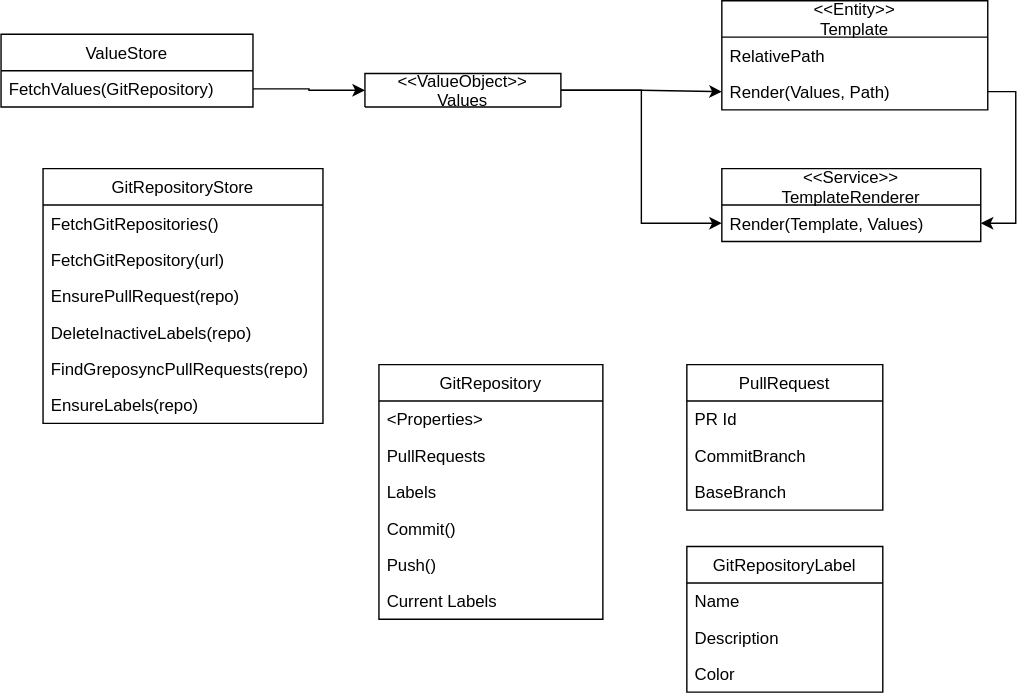
This is docs/modules/ROOT/assets/images/domainmodel.drawio.svg from ccremer/greposync, a draw.io export, as it was before one commit. Source tidied: cells renumbered, new cells last; positions are measured from the earlier drawing's top-left corner, leaving out a move shared by most shapes. Its diagram source:
```xml
<mxGraphModel>
  <root>
    <mxCell id="0" />
    <mxCell id="1" parent="0" />
    <mxCell id="2" value="GitRepository" style="swimlane;fontStyle=0;horizontal=1;startSize=26;" parent="1" vertex="1">
      <mxGeometry x="270" y="260" width="160" height="182" as="geometry" />
    </mxCell>
    <mxCell id="3" value="&lt;Properties&gt;" style="text;strokeColor=none;fillColor=none;align=left;verticalAlign=top;spacingLeft=4;spacingRight=4;overflow=hidden;" parent="2" vertex="1">
      <mxGeometry y="26" width="160" height="26" as="geometry" />
    </mxCell>
    <mxCell id="4" value="PullRequests" style="text;strokeColor=none;fillColor=none;align=left;verticalAlign=top;spacingLeft=4;spacingRight=4;overflow=hidden;" parent="2" vertex="1">
      <mxGeometry y="52" width="160" height="26" as="geometry" />
    </mxCell>
    <mxCell id="5" value="Labels" style="text;strokeColor=none;fillColor=none;align=left;verticalAlign=top;spacingLeft=4;spacingRight=4;overflow=hidden;" parent="2" vertex="1">
      <mxGeometry y="78" width="160" height="26" as="geometry" />
    </mxCell>
    <mxCell id="6" value="Commit()" style="text;strokeColor=none;fillColor=none;align=left;verticalAlign=top;spacingLeft=4;spacingRight=4;overflow=hidden;" parent="2" vertex="1">
      <mxGeometry y="104" width="160" height="26" as="geometry" />
    </mxCell>
    <mxCell id="7" value="Push()" style="text;strokeColor=none;fillColor=none;align=left;verticalAlign=top;spacingLeft=4;spacingRight=4;overflow=hidden;" parent="2" vertex="1">
      <mxGeometry y="130" width="160" height="26" as="geometry" />
    </mxCell>
    <mxCell id="8" value="Current Labels" style="text;strokeColor=none;fillColor=none;align=left;verticalAlign=top;spacingLeft=4;spacingRight=4;overflow=hidden;" parent="2" vertex="1">
      <mxGeometry y="156" width="160" height="26" as="geometry" />
    </mxCell>
    <mxCell id="9" value="&lt;&lt;Entity&gt;&gt;&#10;Template" style="swimlane;fontStyle=0;horizontal=1;startSize=26;" parent="1" vertex="1">
      <mxGeometry x="515" width="190" height="78" as="geometry" />
    </mxCell>
    <mxCell id="10" value="RelativePath" style="text;strokeColor=none;fillColor=none;align=left;verticalAlign=top;spacingLeft=4;spacingRight=4;overflow=hidden;" parent="9" vertex="1">
      <mxGeometry y="26" width="190" height="26" as="geometry" />
    </mxCell>
    <mxCell id="11" value="Render(Values, Path)" style="text;strokeColor=none;fillColor=none;align=left;verticalAlign=top;spacingLeft=4;spacingRight=4;overflow=hidden;points=[[0,0.5],[1,0.5]];portConstraint=eastwest;" parent="9" vertex="1">
      <mxGeometry y="52" width="190" height="26" as="geometry" />
    </mxCell>
    <mxCell id="12" value="GitRepositoryStore" style="swimlane;fontStyle=0;horizontal=1;startSize=26;" parent="1" vertex="1">
      <mxGeometry x="30" y="120" width="200" height="182" as="geometry" />
    </mxCell>
    <mxCell id="13" value="FetchGitRepositories()" style="text;strokeColor=none;fillColor=none;align=left;verticalAlign=top;spacingLeft=4;spacingRight=4;overflow=hidden;" parent="12" vertex="1">
      <mxGeometry y="26" width="200" height="26" as="geometry" />
    </mxCell>
    <mxCell id="14" value="FetchGitRepository(url)" style="text;strokeColor=none;fillColor=none;align=left;verticalAlign=top;spacingLeft=4;spacingRight=4;overflow=hidden;" parent="12" vertex="1">
      <mxGeometry y="52" width="200" height="26" as="geometry" />
    </mxCell>
    <mxCell id="15" value="EnsurePullRequest(repo)" style="text;strokeColor=none;fillColor=none;align=left;verticalAlign=top;spacingLeft=4;spacingRight=4;overflow=hidden;" parent="12" vertex="1">
      <mxGeometry y="78" width="200" height="26" as="geometry" />
    </mxCell>
    <mxCell id="16" value="DeleteInactiveLabels(repo)" style="text;strokeColor=none;fillColor=none;align=left;verticalAlign=top;spacingLeft=4;spacingRight=4;overflow=hidden;" parent="12" vertex="1">
      <mxGeometry y="104" width="200" height="26" as="geometry" />
    </mxCell>
    <mxCell id="17" value="FindGreposyncPullRequests(repo)" style="text;strokeColor=none;fillColor=none;align=left;verticalAlign=top;spacingLeft=4;spacingRight=4;overflow=hidden;" parent="12" vertex="1">
      <mxGeometry y="130" width="200" height="26" as="geometry" />
    </mxCell>
    <mxCell id="18" value="EnsureLabels(repo)" style="text;strokeColor=none;fillColor=none;align=left;verticalAlign=top;spacingLeft=4;spacingRight=4;overflow=hidden;" parent="12" vertex="1">
      <mxGeometry y="156" width="200" height="26" as="geometry" />
    </mxCell>
    <mxCell id="19" value="GitRepositoryLabel" style="swimlane;fontStyle=0;horizontal=1;startSize=26;" parent="1" vertex="1">
      <mxGeometry x="490" y="390" width="140" height="104" as="geometry" />
    </mxCell>
    <mxCell id="20" value="Name" style="text;strokeColor=none;fillColor=none;align=left;verticalAlign=top;spacingLeft=4;spacingRight=4;overflow=hidden;" parent="19" vertex="1">
      <mxGeometry y="26" width="140" height="26" as="geometry" />
    </mxCell>
    <mxCell id="21" value="Description" style="text;strokeColor=none;fillColor=none;align=left;verticalAlign=top;spacingLeft=4;spacingRight=4;overflow=hidden;" parent="19" vertex="1">
      <mxGeometry y="52" width="140" height="26" as="geometry" />
    </mxCell>
    <mxCell id="22" value="Color" style="text;strokeColor=none;fillColor=none;align=left;verticalAlign=top;spacingLeft=4;spacingRight=4;overflow=hidden;" parent="19" vertex="1">
      <mxGeometry y="78" width="140" height="26" as="geometry" />
    </mxCell>
    <mxCell id="23" style="edgeStyle=orthogonalEdgeStyle;rounded=0;jettySize=auto;html=1;exitX=1;exitY=0.5;exitDx=0;exitDy=0;entryX=0;entryY=0.5;entryDx=0;entryDy=0;" parent="1" edge="1" source="25" target="11">
      <mxGeometry relative="1" as="geometry" />
    </mxCell>
    <mxCell id="24" style="edgeStyle=orthogonalEdgeStyle;rounded=0;jettySize=auto;html=1;exitX=1;exitY=0.5;exitDx=0;exitDy=0;entryX=0;entryY=0.5;entryDx=0;entryDy=0;" parent="1" edge="1" source="25" target="34">
      <mxGeometry relative="1" as="geometry" />
    </mxCell>
    <mxCell id="25" value="&lt;&lt;ValueObject&gt;&gt;&#10;Values" style="swimlane;fontStyle=0;horizontal=1;startSize=26;" parent="1" vertex="1">
      <mxGeometry x="260" y="52" width="140" height="24" as="geometry" />
    </mxCell>
    <mxCell id="26" value="PullRequest" style="swimlane;fontStyle=0;horizontal=1;startSize=26;" parent="1" vertex="1">
      <mxGeometry x="490" y="260" width="140" height="104" as="geometry" />
    </mxCell>
    <mxCell id="27" value="PR Id" style="text;strokeColor=none;fillColor=none;align=left;verticalAlign=top;spacingLeft=4;spacingRight=4;overflow=hidden;" parent="26" vertex="1">
      <mxGeometry y="26" width="140" height="26" as="geometry" />
    </mxCell>
    <mxCell id="28" value="CommitBranch" style="text;strokeColor=none;fillColor=none;align=left;verticalAlign=top;spacingLeft=4;spacingRight=4;overflow=hidden;" parent="26" vertex="1">
      <mxGeometry y="52" width="140" height="26" as="geometry" />
    </mxCell>
    <mxCell id="29" value="BaseBranch" style="text;strokeColor=none;fillColor=none;align=left;verticalAlign=top;spacingLeft=4;spacingRight=4;overflow=hidden;" parent="26" vertex="1">
      <mxGeometry y="78" width="140" height="26" as="geometry" />
    </mxCell>
    <mxCell id="30" value="ValueStore" style="swimlane;fontStyle=0;horizontal=1;startSize=26;" parent="1" vertex="1">
      <mxGeometry y="24" width="180" height="52" as="geometry" />
    </mxCell>
    <mxCell id="31" value="FetchValues(GitRepository)" style="text;strokeColor=none;fillColor=none;align=left;verticalAlign=top;spacingLeft=4;spacingRight=4;overflow=hidden;points=[[0,0.5],[1,0.5]];portConstraint=eastwest;" parent="30" vertex="1">
      <mxGeometry y="26" width="180" height="26" as="geometry" />
    </mxCell>
    <mxCell id="32" style="edgeStyle=orthogonalEdgeStyle;rounded=0;jettySize=auto;html=1;exitX=1;exitY=0.5;exitDx=0;exitDy=0;entryX=0;entryY=0.5;entryDx=0;entryDy=0;" parent="1" edge="1" source="31" target="25">
      <mxGeometry relative="1" as="geometry" />
    </mxCell>
    <mxCell id="33" value="&lt;&lt;Service&gt;&gt;&#10;TemplateRenderer" style="swimlane;fontStyle=0;horizontal=1;startSize=26;" parent="1" vertex="1">
      <mxGeometry x="515" y="120" width="185" height="52" as="geometry" />
    </mxCell>
    <mxCell id="34" value="Render(Template, Values)" style="text;strokeColor=none;fillColor=none;align=left;verticalAlign=top;spacingLeft=4;spacingRight=4;overflow=hidden;points=[[0,0.5],[1,0.5]];portConstraint=eastwest;" parent="33" vertex="1">
      <mxGeometry y="26" width="185" height="26" as="geometry" />
    </mxCell>
    <mxCell id="35" style="edgeStyle=orthogonalEdgeStyle;rounded=0;jettySize=auto;html=1;exitX=1;exitY=0.5;exitDx=0;exitDy=0;entryX=1;entryY=0.5;entryDx=0;entryDy=0;" parent="1" edge="1" source="11" target="34">
      <mxGeometry relative="1" as="geometry" />
    </mxCell>
  </root>
</mxGraphModel>
```
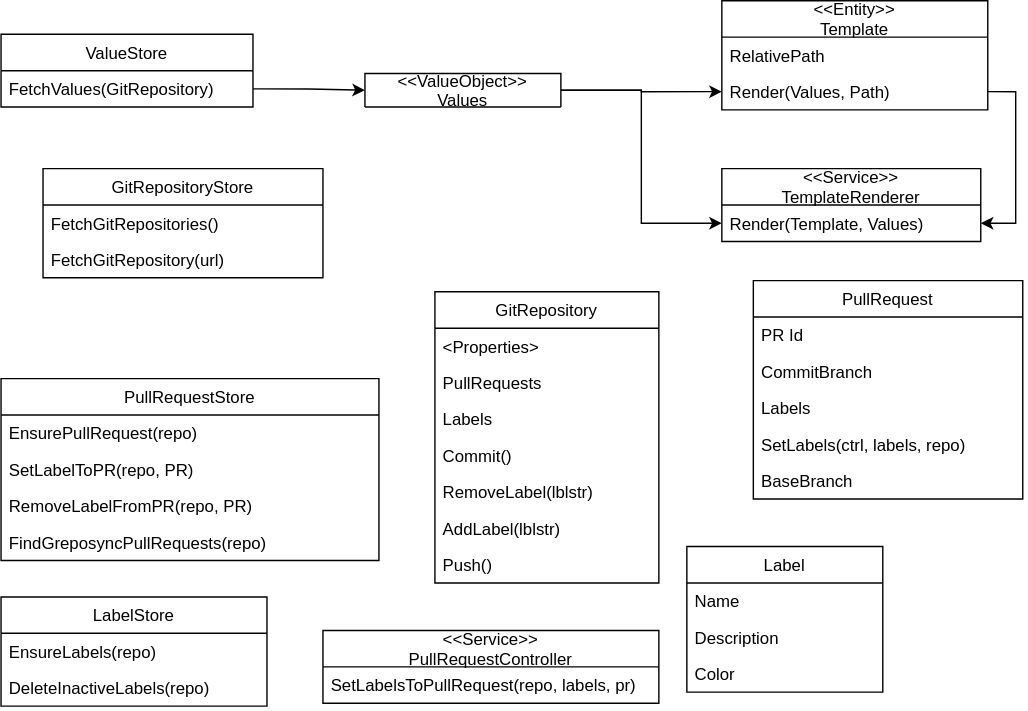
After the commit.

Commit message:
PR and Label store

What changed in the source:
```diff
@@ -3,7 +3,7 @@
     <mxCell id="0" />
     <mxCell id="1" parent="0" />
     <mxCell id="2" value="GitRepository" style="swimlane;fontStyle=0;horizontal=1;startSize=26;" parent="1" vertex="1">
-      <mxGeometry x="270" y="260" width="160" height="182" as="geometry" />
+      <mxGeometry x="310" y="208" width="160" height="208" as="geometry" />
     </mxCell>
     <mxCell id="3" value="&lt;Properties&gt;" style="text;strokeColor=none;fillColor=none;align=left;verticalAlign=top;spacingLeft=4;spacingRight=4;overflow=hidden;" parent="2" vertex="1">
       <mxGeometry y="26" width="160" height="26" as="geometry" />
@@ -17,12 +17,15 @@
     <mxCell id="6" value="Commit()" style="text;strokeColor=none;fillColor=none;align=left;verticalAlign=top;spacingLeft=4;spacingRight=4;overflow=hidden;" parent="2" vertex="1">
       <mxGeometry y="104" width="160" height="26" as="geometry" />
     </mxCell>
+    <mxCell id="36" value="RemoveLabel(lblstr)" style="text;strokeColor=none;fillColor=none;align=left;verticalAlign=top;spacingLeft=4;spacingRight=4;overflow=hidden;" parent="2" vertex="1">
+      <mxGeometry y="130" width="160" height="26" as="geometry" />
+    </mxCell>
+    <mxCell id="37" value="AddLabel(lblstr)" style="text;strokeColor=none;fillColor=none;align=left;verticalAlign=top;spacingLeft=4;spacingRight=4;overflow=hidden;" parent="2" vertex="1">
+      <mxGeometry y="156" width="160" height="26" as="geometry" />
+    </mxCell>
     <mxCell id="7" value="Push()" style="text;strokeColor=none;fillColor=none;align=left;verticalAlign=top;spacingLeft=4;spacingRight=4;overflow=hidden;" parent="2" vertex="1">
-      <mxGeometry y="130" width="160" height="26" as="geometry" />
+      <mxGeometry y="182" width="160" height="26" as="geometry" />
     </mxCell>
-    <mxCell id="8" value="Current Labels" style="text;strokeColor=none;fillColor=none;align=left;verticalAlign=top;spacingLeft=4;spacingRight=4;overflow=hidden;" parent="2" vertex="1">
-      <mxGeometry y="156" width="160" height="26" as="geometry" />
-    </mxCell>
     <mxCell id="9" value="&lt;&lt;Entity&gt;&gt;&#10;Template" style="swimlane;fontStyle=0;horizontal=1;startSize=26;" parent="1" vertex="1">
       <mxGeometry x="515" width="190" height="78" as="geometry" />
     </mxCell>
@@ -33,7 +36,7 @@
       <mxGeometry y="52" width="190" height="26" as="geometry" />
     </mxCell>
     <mxCell id="12" value="GitRepositoryStore" style="swimlane;fontStyle=0;horizontal=1;startSize=26;" parent="1" vertex="1">
-      <mxGeometry x="30" y="120" width="200" height="182" as="geometry" />
+      <mxGeometry x="30" y="120" width="200" height="78" as="geometry" />
     </mxCell>
     <mxCell id="13" value="FetchGitRepositories()" style="text;strokeColor=none;fillColor=none;align=left;verticalAlign=top;spacingLeft=4;spacingRight=4;overflow=hidden;" parent="12" vertex="1">
       <mxGeometry y="26" width="200" height="26" as="geometry" />
@@ -41,19 +44,7 @@
     <mxCell id="14" value="FetchGitRepository(url)" style="text;strokeColor=none;fillColor=none;align=left;verticalAlign=top;spacingLeft=4;spacingRight=4;overflow=hidden;" parent="12" vertex="1">
       <mxGeometry y="52" width="200" height="26" as="geometry" />
     </mxCell>
-    <mxCell id="15" value="EnsurePullRequest(repo)" style="text;strokeColor=none;fillColor=none;align=left;verticalAlign=top;spacingLeft=4;spacingRight=4;overflow=hidden;" parent="12" vertex="1">
-      <mxGeometry y="78" width="200" height="26" as="geometry" />
-    </mxCell>
-    <mxCell id="16" value="DeleteInactiveLabels(repo)" style="text;strokeColor=none;fillColor=none;align=left;verticalAlign=top;spacingLeft=4;spacingRight=4;overflow=hidden;" parent="12" vertex="1">
-      <mxGeometry y="104" width="200" height="26" as="geometry" />
-    </mxCell>
-    <mxCell id="17" value="FindGreposyncPullRequests(repo)" style="text;strokeColor=none;fillColor=none;align=left;verticalAlign=top;spacingLeft=4;spacingRight=4;overflow=hidden;" parent="12" vertex="1">
-      <mxGeometry y="130" width="200" height="26" as="geometry" />
-    </mxCell>
-    <mxCell id="18" value="EnsureLabels(repo)" style="text;strokeColor=none;fillColor=none;align=left;verticalAlign=top;spacingLeft=4;spacingRight=4;overflow=hidden;" parent="12" vertex="1">
-      <mxGeometry y="156" width="200" height="26" as="geometry" />
-    </mxCell>
-    <mxCell id="19" value="GitRepositoryLabel" style="swimlane;fontStyle=0;horizontal=1;startSize=26;" parent="1" vertex="1">
+    <mxCell id="19" value="Label" style="swimlane;fontStyle=0;horizontal=1;startSize=26;" parent="1" vertex="1">
       <mxGeometry x="490" y="390" width="140" height="104" as="geometry" />
     </mxCell>
     <mxCell id="20" value="Name" style="text;strokeColor=none;fillColor=none;align=left;verticalAlign=top;spacingLeft=4;spacingRight=4;overflow=hidden;" parent="19" vertex="1">
@@ -75,16 +66,22 @@
       <mxGeometry x="260" y="52" width="140" height="24" as="geometry" />
     </mxCell>
     <mxCell id="26" value="PullRequest" style="swimlane;fontStyle=0;horizontal=1;startSize=26;" parent="1" vertex="1">
-      <mxGeometry x="490" y="260" width="140" height="104" as="geometry" />
+      <mxGeometry x="537.5" y="200" width="192.5" height="156" as="geometry" />
     </mxCell>
     <mxCell id="27" value="PR Id" style="text;strokeColor=none;fillColor=none;align=left;verticalAlign=top;spacingLeft=4;spacingRight=4;overflow=hidden;" parent="26" vertex="1">
-      <mxGeometry y="26" width="140" height="26" as="geometry" />
+      <mxGeometry y="26" width="192.5" height="26" as="geometry" />
     </mxCell>
     <mxCell id="28" value="CommitBranch" style="text;strokeColor=none;fillColor=none;align=left;verticalAlign=top;spacingLeft=4;spacingRight=4;overflow=hidden;" parent="26" vertex="1">
-      <mxGeometry y="52" width="140" height="26" as="geometry" />
+      <mxGeometry y="52" width="192.5" height="26" as="geometry" />
     </mxCell>
+    <mxCell id="38" value="Labels" style="text;strokeColor=none;fillColor=none;align=left;verticalAlign=top;spacingLeft=4;spacingRight=4;overflow=hidden;" parent="26" vertex="1">
+      <mxGeometry y="78" width="192.5" height="26" as="geometry" />
+    </mxCell>
+    <mxCell id="39" value="SetLabels(ctrl, labels, repo)" style="text;strokeColor=none;fillColor=none;align=left;verticalAlign=top;spacingLeft=4;spacingRight=4;overflow=hidden;" parent="26" vertex="1">
+      <mxGeometry y="104" width="192.5" height="26" as="geometry" />
+    </mxCell>
     <mxCell id="29" value="BaseBranch" style="text;strokeColor=none;fillColor=none;align=left;verticalAlign=top;spacingLeft=4;spacingRight=4;overflow=hidden;" parent="26" vertex="1">
-      <mxGeometry y="78" width="140" height="26" as="geometry" />
+      <mxGeometry y="130" width="192.5" height="26" as="geometry" />
     </mxCell>
     <mxCell id="30" value="ValueStore" style="swimlane;fontStyle=0;horizontal=1;startSize=26;" parent="1" vertex="1">
       <mxGeometry y="24" width="180" height="52" as="geometry" />
@@ -104,5 +101,35 @@
     <mxCell id="35" style="edgeStyle=orthogonalEdgeStyle;rounded=0;jettySize=auto;html=1;exitX=1;exitY=0.5;exitDx=0;exitDy=0;entryX=1;entryY=0.5;entryDx=0;entryDy=0;" parent="1" edge="1" source="11" target="34">
       <mxGeometry relative="1" as="geometry" />
     </mxCell>
+    <mxCell id="40" value="PullRequestStore" style="swimlane;fontStyle=0;horizontal=1;startSize=26;" parent="1" vertex="1">
+      <mxGeometry y="270" width="270" height="130" as="geometry" />
+    </mxCell>
+    <mxCell id="15" value="EnsurePullRequest(repo)" style="text;strokeColor=none;fillColor=none;align=left;verticalAlign=top;spacingLeft=4;spacingRight=4;overflow=hidden;" parent="40" vertex="1">
+      <mxGeometry y="26" width="270" height="26" as="geometry" />
+    </mxCell>
+    <mxCell id="41" value="SetLabelToPR(repo, PR)" style="text;strokeColor=none;fillColor=none;align=left;verticalAlign=top;spacingLeft=4;spacingRight=4;overflow=hidden;" parent="40" vertex="1">
+      <mxGeometry y="52" width="270" height="26" as="geometry" />
+    </mxCell>
+    <mxCell id="42" value="RemoveLabelFromPR(repo, PR)" style="text;strokeColor=none;fillColor=none;align=left;verticalAlign=top;spacingLeft=4;spacingRight=4;overflow=hidden;" parent="40" vertex="1">
+      <mxGeometry y="78" width="270" height="26" as="geometry" />
+    </mxCell>
+    <mxCell id="17" value="FindGreposyncPullRequests(repo)" style="text;strokeColor=none;fillColor=none;align=left;verticalAlign=top;spacingLeft=4;spacingRight=4;overflow=hidden;" parent="40" vertex="1">
+      <mxGeometry y="104" width="270" height="26" as="geometry" />
+    </mxCell>
+    <mxCell id="43" value="LabelStore" style="swimlane;fontStyle=0;horizontal=1;startSize=26;" parent="1" vertex="1">
+      <mxGeometry y="426" width="190" height="78" as="geometry" />
+    </mxCell>
+    <mxCell id="18" value="EnsureLabels(repo)" style="text;strokeColor=none;fillColor=none;align=left;verticalAlign=top;spacingLeft=4;spacingRight=4;overflow=hidden;" parent="43" vertex="1">
+      <mxGeometry y="26" width="190" height="26" as="geometry" />
+    </mxCell>
+    <mxCell id="16" value="DeleteInactiveLabels(repo)" style="text;strokeColor=none;fillColor=none;align=left;verticalAlign=top;spacingLeft=4;spacingRight=4;overflow=hidden;" parent="43" vertex="1">
+      <mxGeometry y="52" width="190" height="26" as="geometry" />
+    </mxCell>
+    <mxCell id="44" value="&lt;&lt;Service&gt;&gt;&#10;PullRequestController" style="swimlane;fontStyle=0;horizontal=1;startSize=26;" parent="1" vertex="1">
+      <mxGeometry x="230" y="450" width="240" height="52" as="geometry" />
+    </mxCell>
+    <mxCell id="45" value="SetLabelsToPullRequest(repo, labels, pr)" style="text;strokeColor=none;fillColor=none;align=left;verticalAlign=top;spacingLeft=4;spacingRight=4;overflow=hidden;" parent="44" vertex="1">
+      <mxGeometry y="26" width="240" height="26" as="geometry" />
+    </mxCell>
   </root>
 </mxGraphModel>
```
